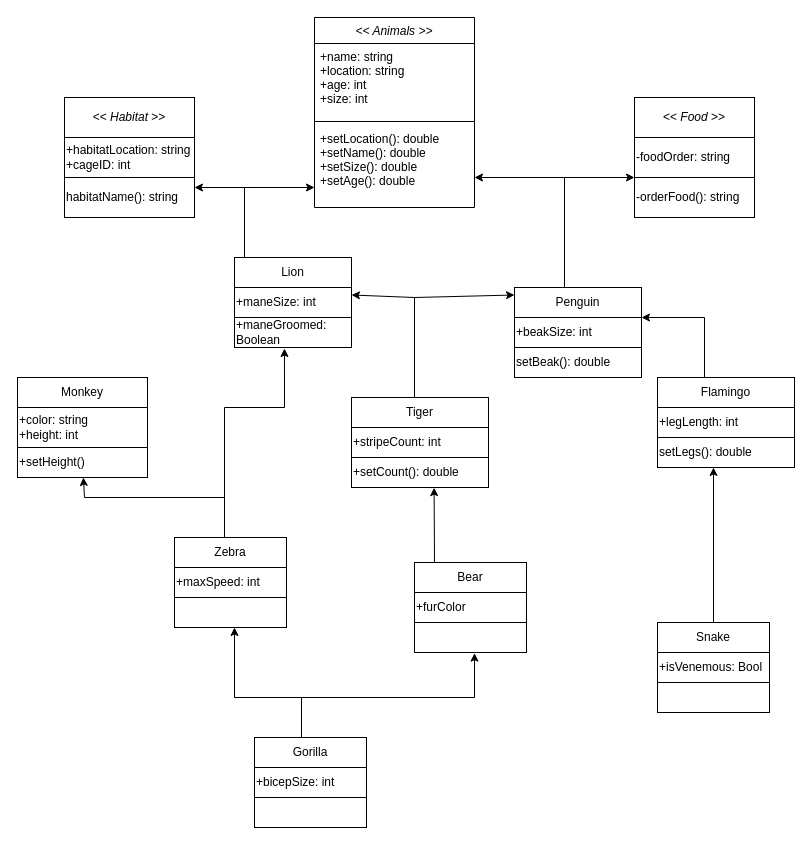
Above: DauteriveTermProject.drawio in GableDauterive19/GableRepository (draw.io), before the change. Source tidied: cells renumbered, new cells numbered last; positions are measured from the earlier drawing's top-left corner, leaving out a move shared by most shapes. Both pictures are drawn from the tidied source at 100%, with x=0, y=0 at pixel (17, 17).
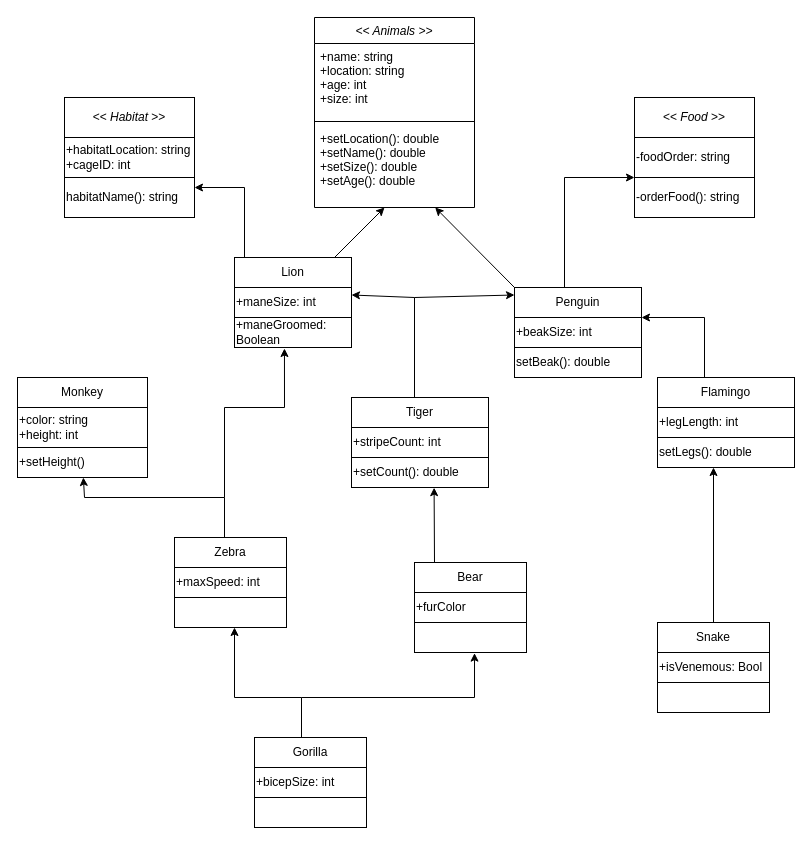
The same page after the edit.

The change refers to these unchanged cells:
```xml
<mxCell id="5" value="+setLocation(): double&#10;+setName(): double&#10;+setSize(): double&#10;+setAge(): double &#10;" style="text;align=left;verticalAlign=top;spacingLeft=4;spacingRight=4;overflow=hidden;points=[[0,0.5],[1,0.5]];portConstraint=eastwest;" parent="2" vertex="1">
  <mxGeometry y="108" width="160" height="82" as="geometry" />
</mxCell>
```

What changed in the source:
```diff
@@
-    <mxCell id="57" style="endArrow=classic;html=1;rounded=0;entryX=1;entryY=0.634;entryDx=0;entryDy=0;entryPerimeter=0;" parent="1" edge="1" target="5">
-      <mxGeometry relative="1" as="geometry">
-        <mxPoint x="547" y="160" as="sourcePoint" />
-      </mxGeometry>
-    </mxCell>
@@
-    <mxCell id="62" style="endArrow=classic;html=1;rounded=0;entryX=0;entryY=0.756;entryDx=0;entryDy=0;entryPerimeter=0;" parent="1" edge="1" target="5">
-      <mxGeometry relative="1" as="geometry">
-        <mxPoint x="227" y="170" as="sourcePoint" />
-      </mxGeometry>
-    </mxCell>
@@
+    <mxCell id="64" style="endArrow=classic;html=1;rounded=0;" parent="1" edge="1">
+      <mxGeometry relative="1" as="geometry">
+        <mxPoint x="317" y="240" as="sourcePoint" />
+        <mxPoint x="367" y="190" as="targetPoint" />
+      </mxGeometry>
+    </mxCell>
+    <mxCell id="65" style="endArrow=classic;html=1;rounded=0;" parent="1" edge="1" target="5">
+      <mxGeometry relative="1" as="geometry">
+        <mxPoint x="497" y="270" as="sourcePoint" />
+      </mxGeometry>
+    </mxCell>
```
